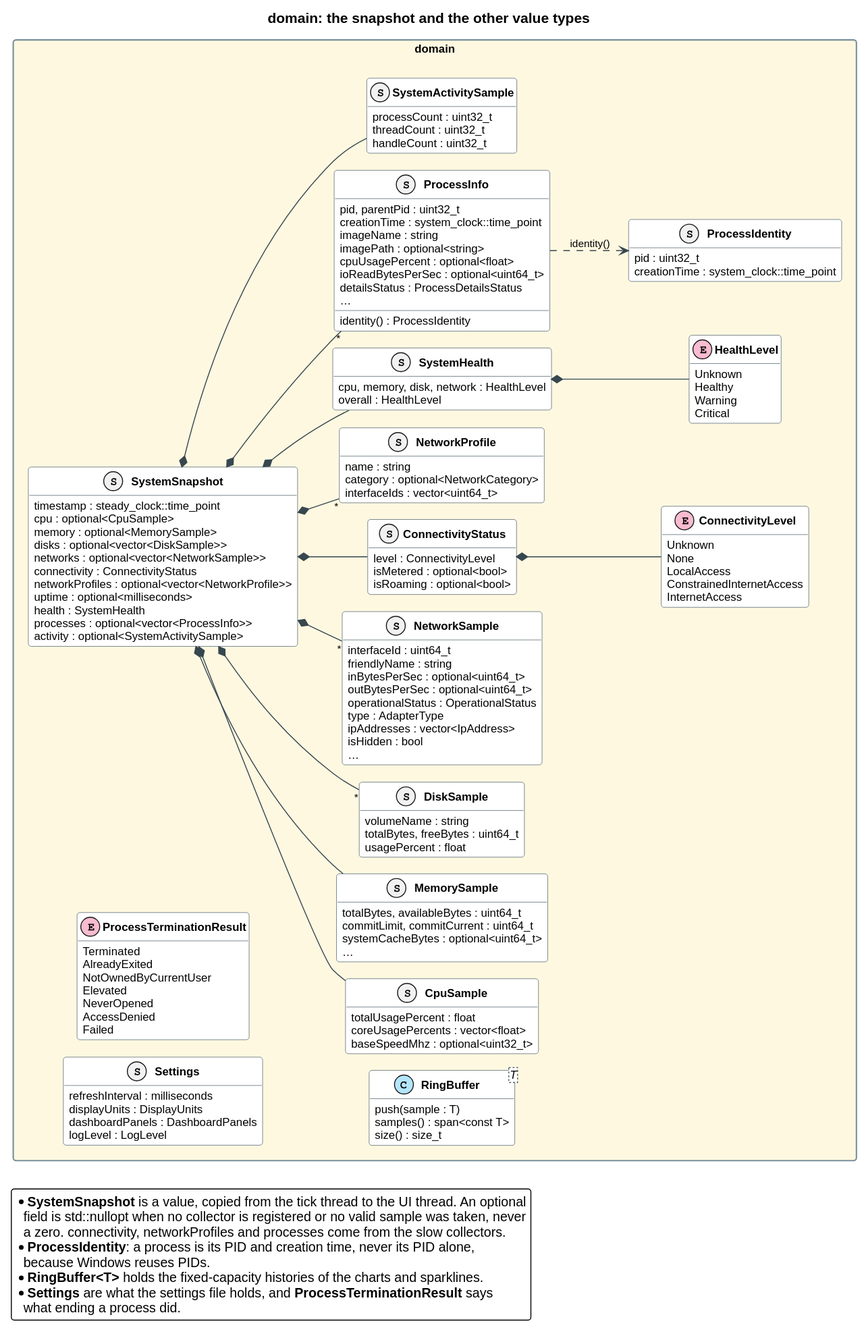
Earlier version of the PlantUML export docs/diagrams/domain_types.svg (DunderGG/verdandi).
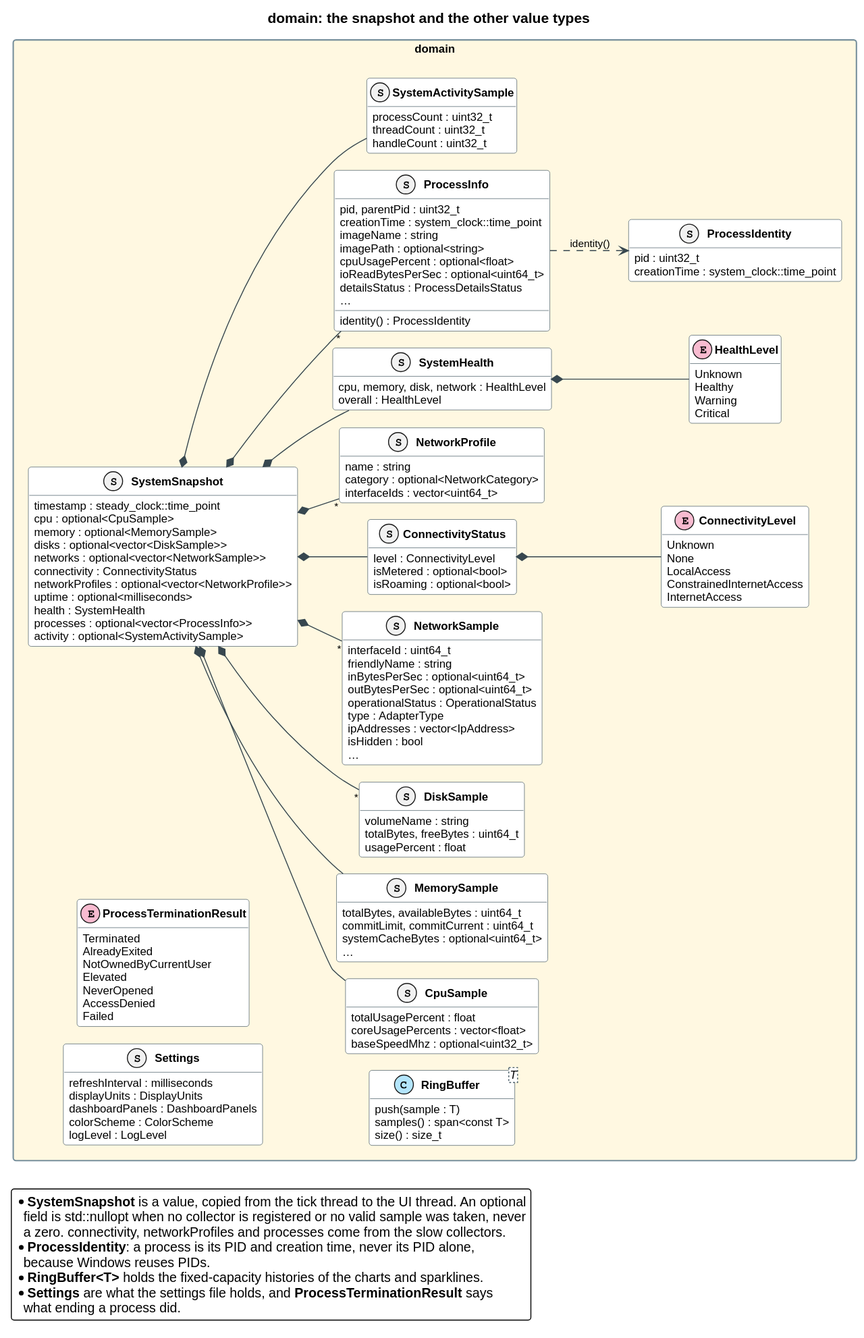
The same diagram one commit later.

Change to the diagram source:
```diff
@@ -110,6 +110,7 @@
         refreshInterval : milliseconds
         displayUnits : DisplayUnits
         dashboardPanels : DashboardPanels
+        colorScheme : ColorScheme
         logLevel : LogLevel
     }
 
```
